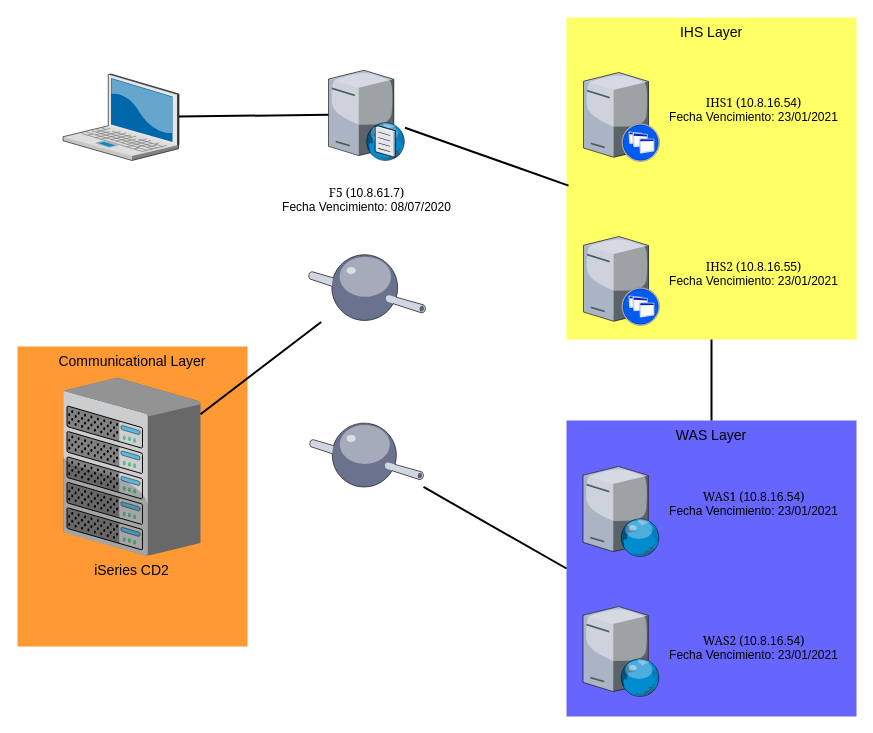
Earlier version of the draw.io diagram page "Page-3" (2 of 3) of Untitled Diagram.drawio (jamapilo/platzi). Source tidied: cells renumbered, new cells numbered last; positions are measured from the earlier drawing's top-left corner, leaving out a move shared by most shapes. Both pictures are drawn from the tidied source at 100%, with x=0, y=0 at pixel (17, 17).
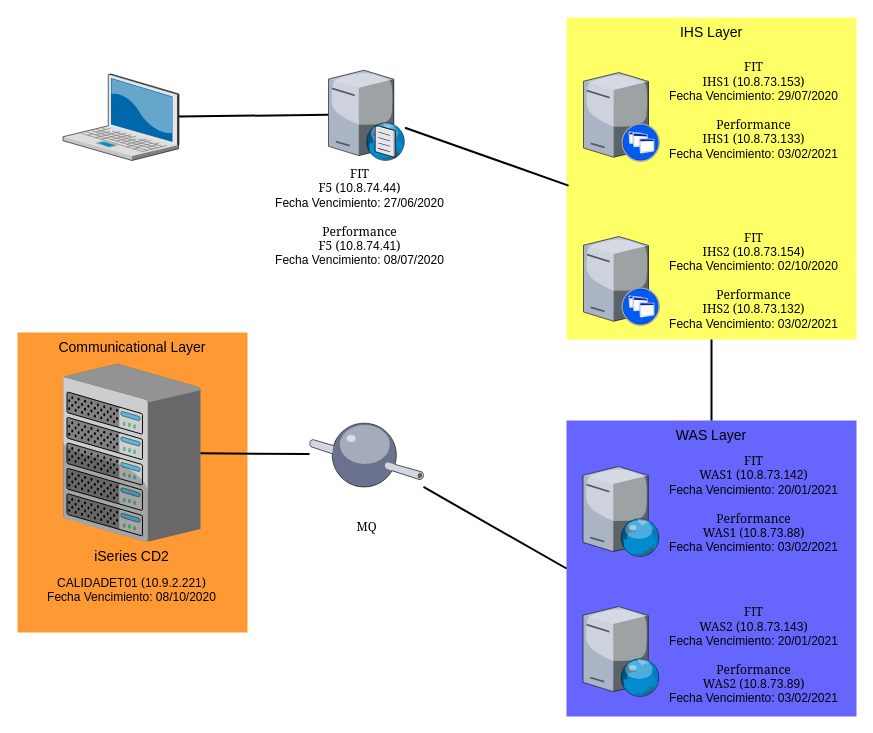
The same page after the edit.

Unchanged cells that the change refers to:
```xml
<mxCell id="20" style="verticalLabelPosition=bottom;html=1;verticalAlign=top;strokeColor=none;align=center;outlineConnect=0;shape=mxgraph.citrix.middleware;fillColor=#FFFF66;" parent="1" vertex="1">
  <mxGeometry x="292" y="403" width="114" height="68" as="geometry" />
</mxCell>
```

The edit, as a diff of the source:
```diff
@@
     <mxCell id="2" value="Communicational Layer&lt;br&gt;" style="whiteSpace=wrap;html=1;fillColor=#FF9933;fontSize=14;strokeColor=none;verticalAlign=top;" parent="1" vertex="1">
-      <mxGeometry y="329" width="230" height="300" as="geometry" />
+      <mxGeometry y="315" width="230" height="300" as="geometry" />
     </mxCell>
@@
     <mxCell id="9" value="iSeries CD2&lt;br&gt;&lt;br&gt;" style="verticalLabelPosition=bottom;html=1;verticalAlign=top;strokeColor=none;shape=mxgraph.citrix.chassis;fillColor=#66B2FF;gradientColor=#0066CC;fontSize=14;" parent="1" vertex="1">
-      <mxGeometry x="45.5" y="360.5" width="137.5" height="177.5" as="geometry" />
+      <mxGeometry x="45.5" y="346.5" width="137.5" height="177.5" as="geometry" />
     </mxCell>
-    <mxCell id="10" value="&lt;font face=&quot;Georgia&quot;&gt;F5 (&lt;/font&gt;&lt;span&gt;10.8.61.7&lt;/span&gt;&lt;font face=&quot;Georgia&quot;&gt;)&lt;br&gt;&lt;/font&gt;&lt;span&gt;Fecha Vencimiento: 08/07/2020&lt;/span&gt;&lt;br&gt;&lt;br&gt;" style="text;html=1;strokeColor=none;fillColor=none;align=center;verticalAlign=middle;whiteSpace=wrap;rounded=0;" parent="1" vertex="1">
-      <mxGeometry x="256.5" y="161" width="185" height="58" as="geometry" />
+    <mxCell id="10" value="&lt;font face=&quot;Georgia&quot;&gt;FIT&lt;br&gt;F5 (&lt;/font&gt;10.8.74.44&lt;font face=&quot;Georgia&quot;&gt;)&lt;br&gt;&lt;/font&gt;&lt;span&gt;Fecha Vencimiento:&amp;nbsp;&lt;/span&gt;&lt;span title=&quot;27/06/2020&quot;&gt;27/06/2020&lt;/span&gt;&lt;span&gt;&lt;br&gt;&lt;/span&gt;&lt;br&gt;&lt;font face=&quot;Georgia&quot;&gt;Performance&lt;br&gt;F5 (&lt;/font&gt;10.8.74.41&lt;font face=&quot;Georgia&quot;&gt;)&lt;br&gt;&lt;/font&gt;Fecha Vencimiento:&amp;nbsp;&lt;span title=&quot;08/07/2020&quot;&gt;08/07/2020&lt;/span&gt;&lt;br&gt;&lt;br&gt;" style="text;html=1;strokeColor=none;fillColor=none;align=center;verticalAlign=middle;whiteSpace=wrap;rounded=0;" parent="1" vertex="1">
+      <mxGeometry x="250" y="178.5" width="185" height="56" as="geometry" />
     </mxCell>
@@
-    <mxCell id="12" value="&lt;font face=&quot;Georgia&quot;&gt;IHS2 (&lt;/font&gt;&lt;span&gt;10.8.16.55&lt;/span&gt;&lt;font face=&quot;Georgia&quot;&gt;)&lt;br&gt;&lt;/font&gt;&lt;span&gt;Fecha Vencimiento:&amp;nbsp;&lt;/span&gt;&lt;span title=&quot;23/01/2021&quot;&gt;23/01/2021&lt;/span&gt;&lt;br&gt;&lt;br&gt;" style="text;html=1;strokeColor=none;fillColor=none;align=center;verticalAlign=middle;whiteSpace=wrap;rounded=0;" parent="1" vertex="1">
-      <mxGeometry x="644" y="234.5" width="185" height="58" as="geometry" />
+    <mxCell id="12" value="&lt;font face=&quot;Georgia&quot;&gt;&lt;br&gt;&lt;br&gt;FIT&lt;/font&gt;&lt;br&gt;&lt;font face=&quot;Georgia&quot;&gt;IHS2 (&lt;/font&gt;10.8.73.154&lt;font face=&quot;Georgia&quot;&gt;)&lt;br&gt;&lt;/font&gt;Fecha Vencimiento:&amp;nbsp;&lt;span title=&quot;02/10/2020&quot;&gt;02/10/2020&lt;/span&gt;&lt;br&gt;&lt;font face=&quot;Georgia&quot;&gt;&lt;br&gt;Performance&lt;br&gt;IHS2 (&lt;/font&gt;10.8.73.132&lt;font face=&quot;Georgia&quot;&gt;)&lt;br&gt;&lt;/font&gt;Fecha Vencimiento:&amp;nbsp;&lt;span title=&quot;03/02/2021&quot;&gt;03/02/2021&lt;/span&gt;&lt;br&gt;" style="text;html=1;strokeColor=none;fillColor=none;align=center;verticalAlign=middle;whiteSpace=wrap;rounded=0;" parent="1" vertex="1">
+      <mxGeometry x="644" y="219" width="185" height="60" as="geometry" />
     </mxCell>
-    <mxCell id="13" value="&lt;font face=&quot;Georgia&quot;&gt;IHS1 (&lt;/font&gt;10.8.16.54&lt;font face=&quot;Georgia&quot;&gt;)&lt;br&gt;&lt;/font&gt;&lt;span&gt;Fecha Vencimiento:&amp;nbsp;&lt;/span&gt;&lt;span title=&quot;23/01/2021&quot;&gt;23/01/2021&lt;/span&gt;&lt;br&gt;&lt;br&gt;" style="text;html=1;strokeColor=none;fillColor=none;align=center;verticalAlign=middle;whiteSpace=wrap;rounded=0;" parent="1" vertex="1">
-      <mxGeometry x="644" y="70.5" width="185" height="58" as="geometry" />
+    <mxCell id="13" value="&lt;font face=&quot;Georgia&quot;&gt;&lt;br&gt;&lt;br&gt;&lt;/font&gt;&lt;font face=&quot;Georgia&quot;&gt;FIT&lt;br&gt;IHS1 (&lt;/font&gt;10.8.73.153&lt;font face=&quot;Georgia&quot;&gt;)&lt;br&gt;&lt;/font&gt;Fecha Vencimiento:&amp;nbsp;&lt;span title=&quot;29/07/2020&quot;&gt;29/07/2020&lt;/span&gt;&lt;br&gt;&lt;font face=&quot;Georgia&quot;&gt;&lt;br&gt;Performance&lt;br&gt;IHS1 (&lt;/font&gt;10.8.73.133&lt;font face=&quot;Georgia&quot;&gt;)&lt;br&gt;&lt;/font&gt;&lt;span&gt;Fecha Vencimiento:&amp;nbsp;&lt;/span&gt;&lt;span title=&quot;03/02/2021&quot;&gt;03/02/2021&lt;/span&gt;&lt;br&gt;&lt;br&gt;" style="text;html=1;strokeColor=none;fillColor=none;align=center;verticalAlign=middle;whiteSpace=wrap;rounded=0;" parent="1" vertex="1">
+      <mxGeometry x="644" y="56.5" width="185" height="58" as="geometry" />
     </mxCell>
@@
-    <mxCell id="17" value="&lt;font face=&quot;Georgia&quot;&gt;WAS1 (&lt;/font&gt;10.8.16.54&lt;font face=&quot;Georgia&quot;&gt;)&lt;br&gt;&lt;/font&gt;&lt;span&gt;Fecha Vencimiento:&amp;nbsp;&lt;/span&gt;&lt;span title=&quot;23/01/2021&quot;&gt;23/01/2021&lt;/span&gt;&lt;br&gt;&lt;br&gt;" style="text;html=1;strokeColor=none;fillColor=none;align=center;verticalAlign=middle;whiteSpace=wrap;rounded=0;" parent="1" vertex="1">
+    <mxCell id="17" value="&lt;font face=&quot;Georgia&quot;&gt;FIT&lt;br&gt;WAS1 (&lt;/font&gt;10.8.73.142&lt;font face=&quot;Georgia&quot;&gt;)&lt;br&gt;&lt;/font&gt;&lt;span&gt;Fecha Vencimiento:&amp;nbsp;&lt;/span&gt;&lt;span title=&quot;20/01/2021&quot;&gt;20/01/2021&lt;br&gt;&lt;/span&gt;&lt;br&gt;&lt;font face=&quot;Georgia&quot;&gt;Performance&lt;br&gt;WAS1 (&lt;/font&gt;10.8.73.88&lt;font face=&quot;Georgia&quot;&gt;)&lt;br&gt;&lt;/font&gt;Fecha Vencimiento:&amp;nbsp;&lt;span title=&quot;03/02/2021&quot;&gt;03/02/2021&lt;/span&gt;&lt;br&gt;&lt;br&gt;" style="text;html=1;strokeColor=none;fillColor=none;align=center;verticalAlign=middle;whiteSpace=wrap;rounded=0;" parent="1" vertex="1">
       <mxGeometry x="644" y="465" width="185" height="58" as="geometry" />
     </mxCell>
-    <mxCell id="18" value="&lt;font face=&quot;Georgia&quot;&gt;WAS2 (&lt;/font&gt;10.8.16.54&lt;font face=&quot;Georgia&quot;&gt;)&lt;br&gt;&lt;/font&gt;&lt;span&gt;Fecha Vencimiento:&amp;nbsp;&lt;/span&gt;&lt;span title=&quot;23/01/2021&quot;&gt;23/01/2021&lt;/span&gt;&lt;br&gt;&lt;br&gt;" style="text;html=1;strokeColor=none;fillColor=none;align=center;verticalAlign=middle;whiteSpace=wrap;rounded=0;" parent="1" vertex="1">
+    <mxCell id="18" value="&lt;font face=&quot;Georgia&quot;&gt;FIT&lt;br&gt;WAS2 (&lt;/font&gt;10.8.73.143&lt;font face=&quot;Georgia&quot;&gt;)&lt;br&gt;&lt;/font&gt;&lt;span&gt;Fecha Vencimiento:&amp;nbsp;&lt;/span&gt;&lt;span title=&quot;20/01/2021&quot;&gt;20/01/2021&lt;br&gt;&lt;/span&gt;&lt;br&gt;&lt;font face=&quot;Georgia&quot;&gt;Performance&lt;br&gt;WAS2 (&lt;/font&gt;10.8.73.89&lt;font face=&quot;Georgia&quot;&gt;)&lt;br&gt;&lt;/font&gt;Fecha Vencimiento:&amp;nbsp;&lt;span title=&quot;03/02/2021&quot;&gt;03/02/2021&lt;/span&gt;&lt;br&gt;" style="text;html=1;strokeColor=none;fillColor=none;align=center;verticalAlign=middle;whiteSpace=wrap;rounded=0;" parent="1" vertex="1">
       <mxGeometry x="644" y="609" width="185" height="58" as="geometry" />
     </mxCell>
@@
-    <mxCell id="22" style="verticalLabelPosition=bottom;html=1;verticalAlign=top;strokeColor=none;align=center;outlineConnect=0;shape=mxgraph.citrix.middleware;fillColor=#FFFF66;" parent="1" vertex="1">
-      <mxGeometry x="291" y="234.5" width="117" height="70" as="geometry" />
-    </mxCell>
-    <mxCell id="23" style="edgeStyle=none;rounded=0;html=1;startSize=10;endSize=10;jettySize=auto;fontSize=14;endArrow=none;endFill=0;strokeWidth=2;" parent="1" edge="1" source="9" target="22">
+    <mxCell id="23" style="edgeStyle=none;rounded=0;html=1;startSize=10;endSize=10;jettySize=auto;fontSize=14;endArrow=none;endFill=0;strokeWidth=2;" parent="1" edge="1" source="9" target="20">
       <mxGeometry relative="1" as="geometry" />
     </mxCell>
+    <mxCell id="24" value="&lt;font face=&quot;Georgia&quot;&gt;MQ&lt;/font&gt;&lt;br&gt;" style="text;html=1;strokeColor=none;fillColor=none;align=center;verticalAlign=middle;whiteSpace=wrap;rounded=0;" parent="1" vertex="1">
+      <mxGeometry x="257" y="481" width="185" height="58" as="geometry" />
+    </mxCell>
+    <mxCell id="25" value="CALIDADET01&lt;font face=&quot;Georgia&quot;&gt;&amp;nbsp;(&lt;/font&gt;10.9.2.221&lt;font face=&quot;Georgia&quot;&gt;)&lt;br&gt;&lt;/font&gt;&lt;span&gt;Fecha Vencimiento:&amp;nbsp;&lt;/span&gt;&lt;span title=&quot;08/10/2020&quot;&gt;08/10/2020&lt;/span&gt;&lt;br&gt;&lt;br&gt;" style="text;html=1;strokeColor=none;fillColor=none;align=center;verticalAlign=middle;whiteSpace=wrap;rounded=0;" parent="1" vertex="1">
+      <mxGeometry x="22" y="551" width="185" height="58" as="geometry" />
+    </mxCell>
```
